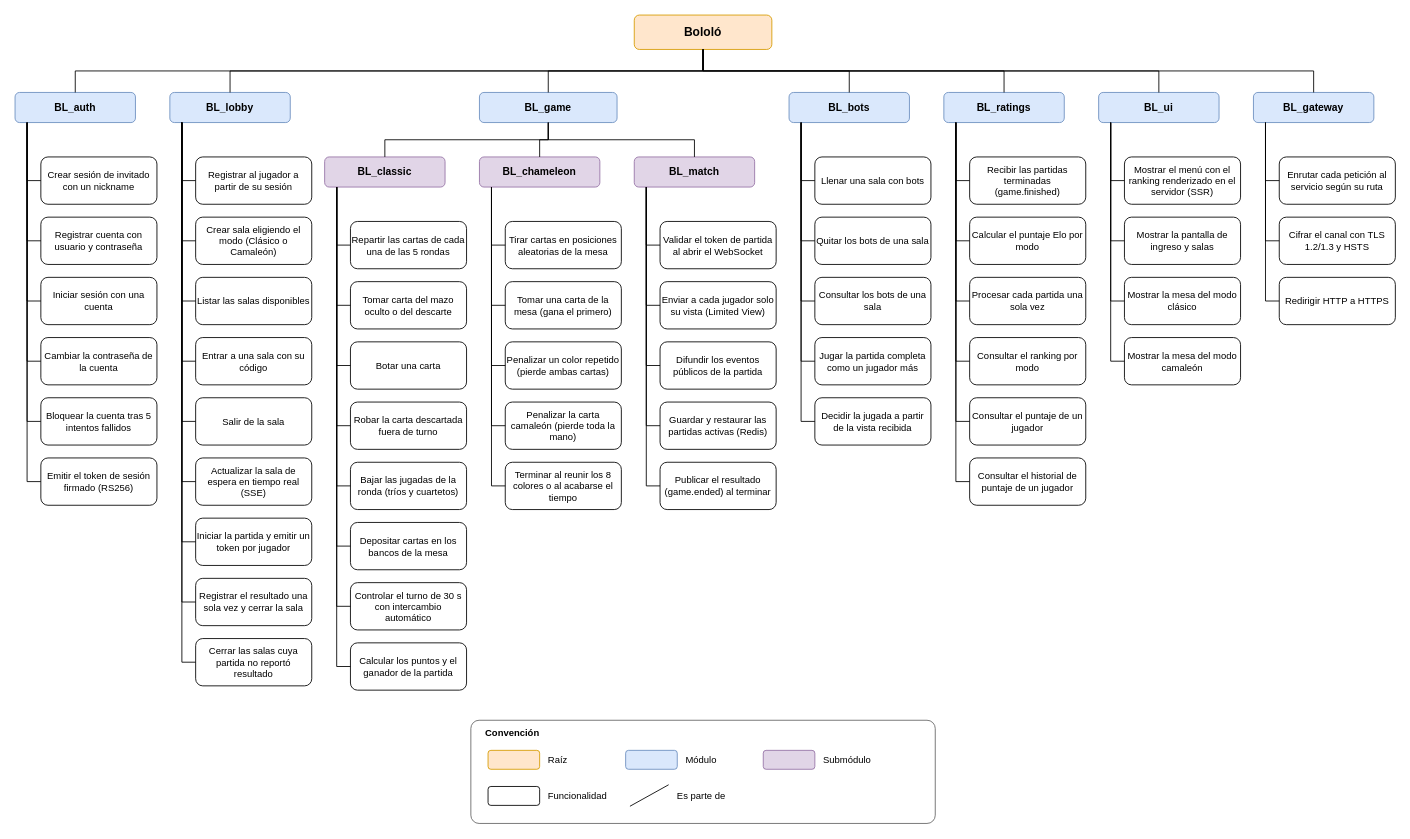
Above: docs/descomposicion.drawio in soetgdeznsgk/ArchSoft-Group1F (draw.io), before the change. Source tidied: cells renumbered, new cells numbered last; positions are measured from the earlier drawing's top-left corner, leaving out a move shared by most shapes. Both pictures are drawn from the tidied source at 86%, with x=0, y=0 at pixel (15, 15).
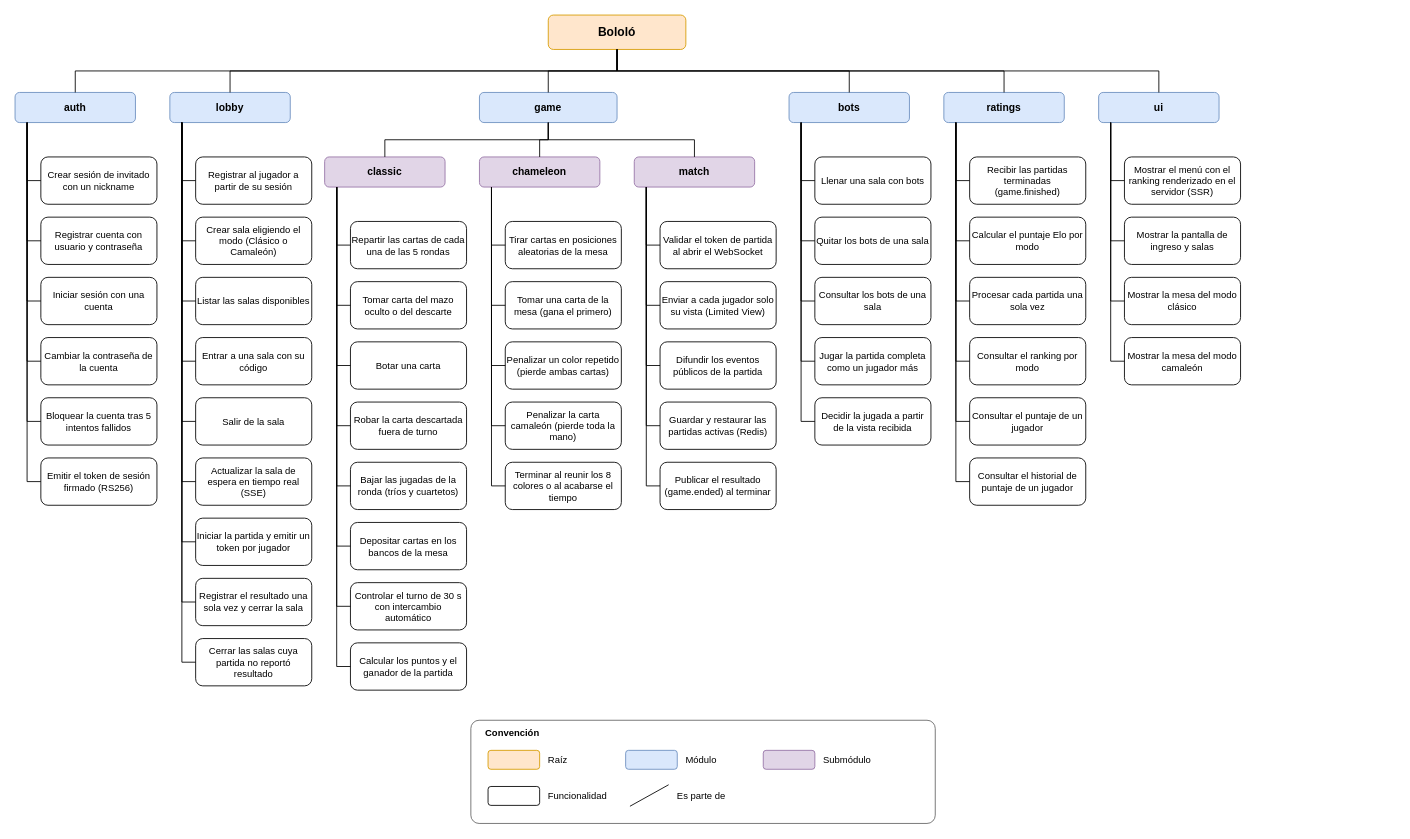
Above is the later version.

Diff of the diagram source:
```diff
@@
     <mxCell id="2" value="Bololó" style="rounded=1;whiteSpace=wrap;html=1;fillColor=#ffe6cc;strokeColor=#d79b00;fontStyle=1;fontSize=14;" parent="1" vertex="1">
-      <mxGeometry x="720" width="160" height="40" as="geometry" />
+      <mxGeometry x="620" width="160" height="40" as="geometry" />
     </mxCell>
-    <mxCell id="3" value="BL_auth" style="rounded=1;whiteSpace=wrap;html=1;fillColor=#dae8fc;strokeColor=#6c8ebf;fontStyle=1;fontSize=12;" parent="1" vertex="1">
+    <mxCell id="3" value="auth" style="rounded=1;whiteSpace=wrap;html=1;fillColor=#dae8fc;strokeColor=#6c8ebf;fontStyle=1;fontSize=12;" parent="1" vertex="1">
       <mxGeometry y="90" width="140" height="35" as="geometry" />
     </mxCell>
-    <mxCell id="4" value="BL_lobby" style="rounded=1;whiteSpace=wrap;html=1;fillColor=#dae8fc;strokeColor=#6c8ebf;fontStyle=1;fontSize=12;" parent="1" vertex="1">
+    <mxCell id="4" value="lobby" style="rounded=1;whiteSpace=wrap;html=1;fillColor=#dae8fc;strokeColor=#6c8ebf;fontStyle=1;fontSize=12;" parent="1" vertex="1">
       <mxGeometry x="180" y="90" width="140" height="35" as="geometry" />
     </mxCell>
-    <mxCell id="5" value="BL_game" style="rounded=1;whiteSpace=wrap;html=1;fillColor=#dae8fc;strokeColor=#6c8ebf;fontStyle=1;fontSize=12;" parent="1" vertex="1">
+    <mxCell id="5" value="game" style="rounded=1;whiteSpace=wrap;html=1;fillColor=#dae8fc;strokeColor=#6c8ebf;fontStyle=1;fontSize=12;" parent="1" vertex="1">
       <mxGeometry x="540" y="90" width="160" height="35" as="geometry" />
     </mxCell>
-    <mxCell id="6" value="BL_bots" style="rounded=1;whiteSpace=wrap;html=1;fillColor=#dae8fc;strokeColor=#6c8ebf;fontStyle=1;fontSize=12;" parent="1" vertex="1">
+    <mxCell id="6" value="bots" style="rounded=1;whiteSpace=wrap;html=1;fillColor=#dae8fc;strokeColor=#6c8ebf;fontStyle=1;fontSize=12;" parent="1" vertex="1">
       <mxGeometry x="900" y="90" width="140" height="35" as="geometry" />
     </mxCell>
-    <mxCell id="7" value="BL_ratings" style="rounded=1;whiteSpace=wrap;html=1;fillColor=#dae8fc;strokeColor=#6c8ebf;fontStyle=1;fontSize=12;" parent="1" vertex="1">
+    <mxCell id="7" value="ratings" style="rounded=1;whiteSpace=wrap;html=1;fillColor=#dae8fc;strokeColor=#6c8ebf;fontStyle=1;fontSize=12;" parent="1" vertex="1">
       <mxGeometry x="1080" y="90" width="140" height="35" as="geometry" />
     </mxCell>
-    <mxCell id="8" value="BL_ui" style="rounded=1;whiteSpace=wrap;html=1;fillColor=#dae8fc;strokeColor=#6c8ebf;fontStyle=1;fontSize=12;" parent="1" vertex="1">
+    <mxCell id="8" value="ui" style="rounded=1;whiteSpace=wrap;html=1;fillColor=#dae8fc;strokeColor=#6c8ebf;fontStyle=1;fontSize=12;" parent="1" vertex="1">
       <mxGeometry x="1260" y="90" width="140" height="35" as="geometry" />
     </mxCell>
-    <mxCell id="9" value="BL_gateway" style="rounded=1;whiteSpace=wrap;html=1;fillColor=#dae8fc;strokeColor=#6c8ebf;fontStyle=1;fontSize=12;" parent="1" vertex="1">
-      <mxGeometry x="1440" y="90" width="140" height="35" as="geometry" />
-    </mxCell>
-    <mxCell id="10" value="BL_classic" style="rounded=1;whiteSpace=wrap;html=1;fillColor=#e1d5e7;strokeColor=#9673a6;fontStyle=1;fontSize=12;" parent="1" vertex="1">
+    <mxCell id="10" value="classic" style="rounded=1;whiteSpace=wrap;html=1;fillColor=#e1d5e7;strokeColor=#9673a6;fontStyle=1;fontSize=12;" parent="1" vertex="1">
       <mxGeometry x="360" y="165" width="140" height="35" as="geometry" />
     </mxCell>
-    <mxCell id="11" value="BL_chameleon" style="rounded=1;whiteSpace=wrap;html=1;fillColor=#e1d5e7;strokeColor=#9673a6;fontStyle=1;fontSize=12;" parent="1" vertex="1">
+    <mxCell id="11" value="chameleon" style="rounded=1;whiteSpace=wrap;html=1;fillColor=#e1d5e7;strokeColor=#9673a6;fontStyle=1;fontSize=12;" parent="1" vertex="1">
       <mxGeometry x="540" y="165" width="140" height="35" as="geometry" />
     </mxCell>
-    <mxCell id="12" value="BL_match" style="rounded=1;whiteSpace=wrap;html=1;fillColor=#e1d5e7;strokeColor=#9673a6;fontStyle=1;fontSize=12;" parent="1" vertex="1">
+    <mxCell id="12" value="match" style="rounded=1;whiteSpace=wrap;html=1;fillColor=#e1d5e7;strokeColor=#9673a6;fontStyle=1;fontSize=12;" parent="1" vertex="1">
       <mxGeometry x="720" y="165" width="140" height="35" as="geometry" />
     </mxCell>
@@
-    <mxCell id="61" value="Enrutar cada petición al servicio según su ruta" style="rounded=1;whiteSpace=wrap;html=1;fillColor=#ffffff;strokeColor=#000000;fontSize=11;" parent="1" vertex="1">
-      <mxGeometry x="1470" y="165" width="135" height="55" as="geometry" />
-    </mxCell>
-    <mxCell id="62" value="Cifrar el canal con TLS 1.2/1.3 y HSTS" style="rounded=1;whiteSpace=wrap;html=1;fillColor=#ffffff;strokeColor=#000000;fontSize=11;" parent="1" vertex="1">
-      <mxGeometry x="1470" y="235" width="135" height="55" as="geometry" />
-    </mxCell>
-    <mxCell id="63" value="Redirigir HTTP a HTTPS" style="rounded=1;whiteSpace=wrap;html=1;fillColor=#ffffff;strokeColor=#000000;fontSize=11;" parent="1" vertex="1">
-      <mxGeometry x="1470" y="305" width="135" height="55" as="geometry" />
-    </mxCell>
@@
-    <mxCell id="70" style="edgeStyle=orthogonalEdgeStyle;rounded=0;html=1;endArrow=none;exitX=0.5;exitY=1;entryX=0.5;entryY=0;" parent="1" edge="1" source="2" target="9">
-      <mxGeometry relative="1" as="geometry" />
-    </mxCell>
@@
-    <mxCell id="122" style="edgeStyle=orthogonalEdgeStyle;rounded=0;html=1;endArrow=none;exitX=0.1;exitY=1;entryX=0;entryY=0.5;" parent="1" edge="1" source="9" target="61">
-      <mxGeometry relative="1" as="geometry" />
-    </mxCell>
-    <mxCell id="123" style="edgeStyle=orthogonalEdgeStyle;rounded=0;html=1;endArrow=none;exitX=0.1;exitY=1;entryX=0;entryY=0.5;" parent="1" edge="1" source="9" target="62">
-      <mxGeometry relative="1" as="geometry" />
-    </mxCell>
-    <mxCell id="124" style="edgeStyle=orthogonalEdgeStyle;rounded=0;html=1;endArrow=none;exitX=0.1;exitY=1;entryX=0;entryY=0.5;" parent="1" edge="1" source="9" target="63">
-      <mxGeometry relative="1" as="geometry" />
-    </mxCell>
```
